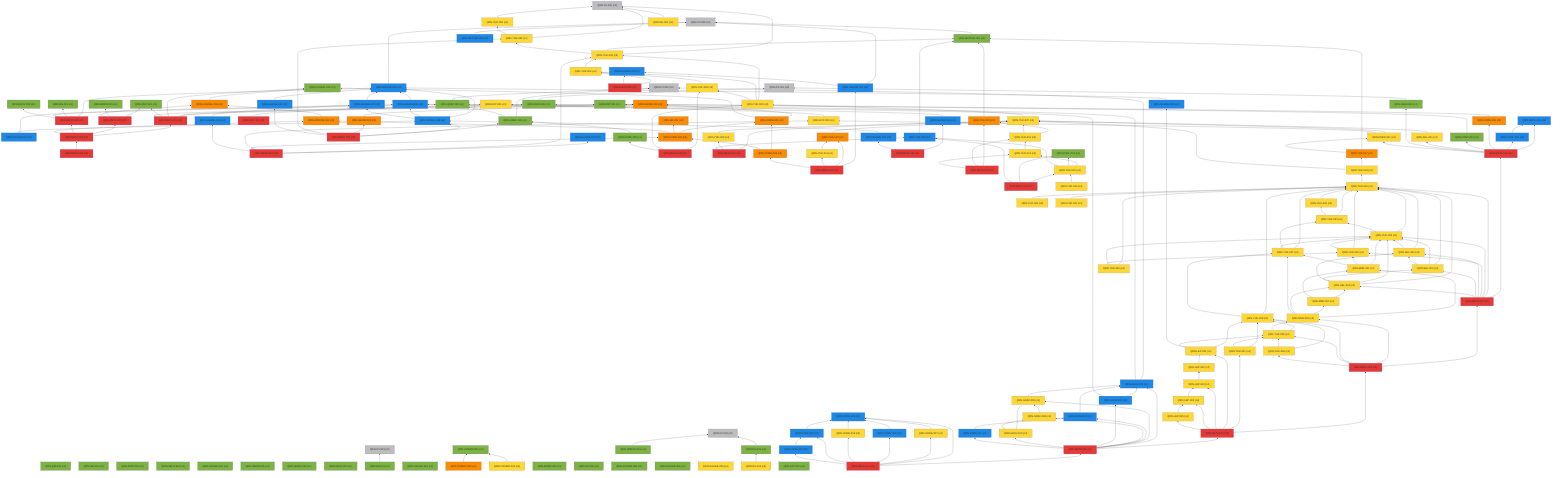
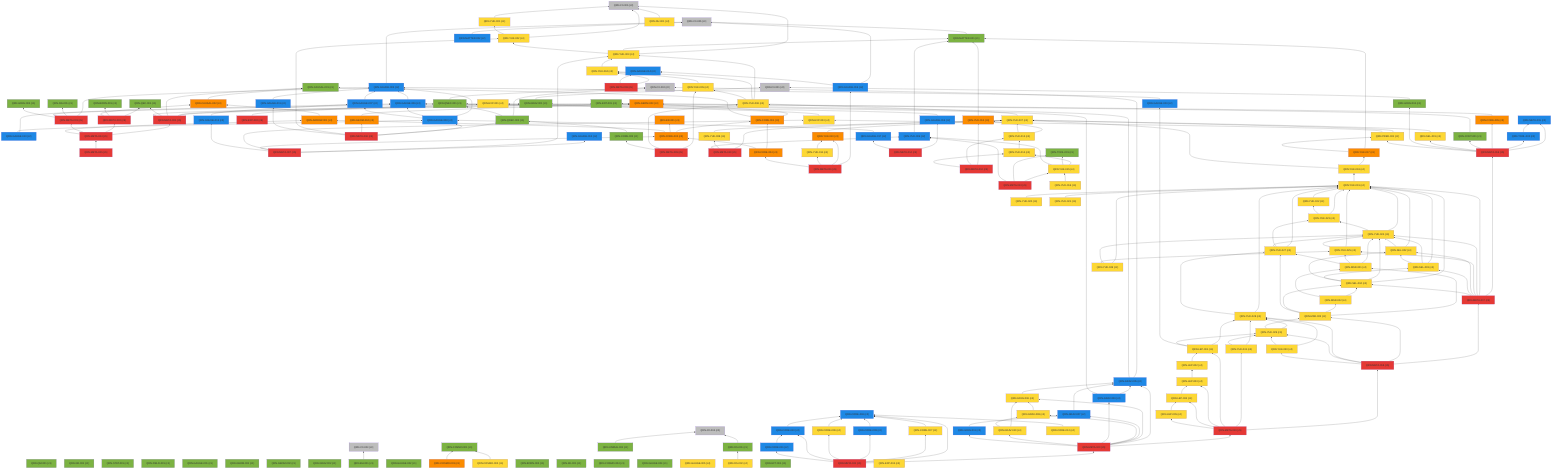
%% 自動生成 (dag/report.pl) — QRN 主張依存グラフ
graph BT
  QRN_C0_001["QRN-C0-001 (c0)"]:::c0
  QRN_C0_002["QRN-C0-002 (c0)"]:::c0
  QRN_C0_003["QRN-C0-003 (c0)"]:::c0
  QRN_C0_004["QRN-C0-004 (c0)"]:::c0
  QRN_C0_005["QRN-C0-005 (c0)"]:::c0
  QRN_C0_006["QRN-C0-006 (c0)"]:::c0
  QRN_QM_001["QRN-QM-001 (c1)"]:::c1
  QRN_GR_001["QRN-GR-001 (c1)"]:::c1
  QRN_STAT_001["QRN-STAT-001 (c1)"]:::c1
  QRN_FIELD_001["QRN-FIELD-001 (c1)"]:::c1
  QRN_GAUGE_001["QRN-GAUGE-001 (c1)"]:::c1
  QRN_ENT_001["QRN-ENT-001 (c1)"]:::c1
  QRN_GEOM_001["QRN-GEOM-001 (c1)"]:::c1
  QRN_GEOM_002["QRN-GEOM-002 (c1)"]:::c1
  QRN_GEOM_003["QRN-GEOM-003 (c3)"]:::c3
  QRN_GRAV_001["QRN-GRAV-001 (c1)"]:::c1
  QRN_GRAV_002["QRN-GRAV-002 (c1)"]:::c1
  QRN_BH_001["QRN-BH-001 (c1)"]:::c1
  QRN_CAUSAL_001["QRN-CAUSAL-001 (c1)"]:::c1
  QRN_CAUSAL_002["QRN-CAUSAL-002 (c3)"]:::c3
  QRN_ER_001["QRN-ER-001 (c3)"]:::c3
  QRN_QEC_001["QRN-QEC-001 (c1)"]:::c1
  QRN_GAUGE_002["QRN-GAUGE-002 (c1)"]:::c1
  QRN_COSMO_001["QRN-COSMO-001 (c1)"]:::c1
  QRN_COSMO_002["QRN-COSMO-002 (c4)"]:::c4
  QRN_COSMO_003["QRN-COSMO-003 (c3)"]:::c3
  QRN_BORN_001["QRN-BORN-001 (c1)"]:::c1
  QRN_BORN_002["QRN-BORN-002 (c1)"]:::c1
  QRN_GRAV_003["QRN-GRAV-003 (c1)"]:::c1
  QRN_KK_001["QRN-KK-001 (c1)"]:::c1
  QRN_MATTER_001["QRN-MATTER-001 (c1)"]:::c1
  QRN_MATTER_002["QRN-MATTER-002 (c2)"]:::c2
  QRN_COSMO_004["QRN-COSMO-004 (c1)"]:::c1
  QRN_EXP_001["QRN-EXP-001 (c4)"]:::c4
  QRN_GAUGE_003["QRN-GAUGE-003 (c2)"]:::c2
  QRN_GAUGE_004["QRN-GAUGE-004 (c1)"]:::c1
  QRN_GAUGE_005["QRN-GAUGE-005 (c4)"]:::c4
  QRN_YUK_001["QRN-YUK-001 (c4)"]:::c4
  QRN_RG_001["QRN-RG-001 (c1)"]:::c1
  QRN_UNRUH_001["QRN-UNRUH-001 (c1)"]:::c1
  QRN_QNEC_001["QRN-QNEC-001 (c1)"]:::c1
  QRN_NU_001["QRN-NU-001 (c4)"]:::c4
  QRN_GAUGE_006["QRN-GAUGE-006 (c2)"]:::c2
  QRN_DS_001["QRN-DS-001 (c1)"]:::c1
  QRN_DS_002["QRN-DS-002 (c4)"]:::c4
  QRN_ARROW_001["QRN-ARROW-001 (c3)"]:::c3
  QRN_GAUGE_007["QRN-GAUGE-007 (c2)"]:::c2
  QRN_EFT_001["QRN-EFT-001 (c1)"]:::c1
  QRN_GAUGE_008["QRN-GAUGE-008 (c2)"]:::c2
  QRN_GAUGE_009["QRN-GAUGE-009 (c2)"]:::c2
  QRN_GAUGE_010["QRN-GAUGE-010 (c2)"]:::c2
  QRN_QNEC_002["QRN-QNEC-002 (c1)"]:::c1
  QRN_GEOM_004["QRN-GEOM-004 (c3)"]:::c3
  QRN_YUK_002["QRN-YUK-002 (c4)"]:::c4
  QRN_EXP_002["QRN-EXP-002 (c5)"]:::c5
  QRN_CORE_001["QRN-CORE-001 (c3)"]:::c3
  QRN_GAUGE_011["QRN-GAUGE-011 (c2)"]:::c2
  QRN_GAUGE_012["QRN-GAUGE-012 (c2)"]:::c2
  QRN_YUK_003["QRN-YUK-003 (c4)"]:::c4
  QRN_EXP_003["QRN-EXP-003 (c4)"]:::c4
  QRN_CORE_002["QRN-CORE-002 (c3)"]:::c3
  QRN_GAUGE_013["QRN-GAUGE-013 (c2)"]:::c2
  QRN_YUK_004["QRN-YUK-004 (c4)"]:::c4
  QRN_GAUGE_014["QRN-GAUGE-014 (c2)"]:::c2
  QRN_META_001["QRN-META-001 (c5)"]:::c5
  QRN_META_002["QRN-META-002 (c5)"]:::c5
  QRN_META_003["QRN-META-003 (c5)"]:::c5
  QRN_META_004["QRN-META-004 (c5)"]:::c5
  QRN_META_005["QRN-META-005 (c5)"]:::c5
  QRN_META_006["QRN-META-006 (c5)"]:::c5
  QRN_META_007["QRN-META-007 (c5)"]:::c5
  QRN_META_008["QRN-META-008 (c5)"]:::c5
  QRN_YUK_005["QRN-YUK-005 (c4)"]:::c4
  QRN_YUK_006["QRN-YUK-006 (c4)"]:::c4
  QRN_CORE_003["QRN-CORE-003 (c1)"]:::c1
  QRN_META_009["QRN-META-009 (c5)"]:::c5
  QRN_YUK_007["QRN-YUK-007 (c4)"]:::c4
  QRN_YUK_008["QRN-YUK-008 (c4)"]:::c4
  QRN_YUK_009["QRN-YUK-009 (c2)"]:::c2
  QRN_META_010["QRN-META-010 (c5)"]:::c5
  QRN_GAUGE_015["QRN-GAUGE-015 (c2)"]:::c2
  QRN_YUK_010["QRN-YUK-010 (c3)"]:::c3
  QRN_YUK_011["QRN-YUK-011 (c4)"]:::c4
  QRN_CORE_004["QRN-CORE-004 (c3)"]:::c3
  QRN_META_011["QRN-META-011 (c5)"]:::c5
  QRN_YUK_012["QRN-YUK-012 (c3)"]:::c3
  QRN_YUK_013["QRN-YUK-013 (c4)"]:::c4
  QRN_YUK_014["QRN-YUK-014 (c4)"]:::c4
  QRN_META_012["QRN-META-012 (c5)"]:::c5
  QRN_TOOL_001["QRN-TOOL-001 (c1)"]:::c1
  QRN_YUK_015["QRN-YUK-015 (c4)"]:::c4
  QRN_META_013["QRN-META-013 (c5)"]:::c5
  QRN_GAUGE_016["QRN-GAUGE-016 (c2)"]:::c2
  QRN_GAUGE_017["QRN-GAUGE-017 (c2)"]:::c2
  QRN_META_014["QRN-META-014 (c5)"]:::c5
  QRN_META_015["QRN-META-015 (c2)"]:::c2
  QRN_TOOL_002["QRN-TOOL-002 (c2)"]:::c2
  QRN_CORE_005["QRN-CORE-005 (c3)"]:::c3
  QRN_CONT_001["QRN-CONT-001 (c1)"]:::c1
  QRN_SEL_001["QRN-SEL-001 (c4)"]:::c4
  QRN_GRAV_004["QRN-GRAV-004 (c1)"]:::c1
  QRN_PRED_001["QRN-PRED-001 (c4)"]:::c4
  QRN_META_016["QRN-META-016 (c5)"]:::c5
  QRN_YUK_016["QRN-YUK-016 (c4)"]:::c4
  QRN_YUK_017["QRN-YUK-017 (c3)"]:::c3
  QRN_YUK_018["QRN-YUK-018 (c4)"]:::c4
  QRN_YUK_019["QRN-YUK-019 (c4)"]:::c4
  QRN_YUK_020["QRN-YUK-020 (c4)"]:::c4
  QRN_YUK_021["QRN-YUK-021 (c4)"]:::c4
  QRN_YUK_022["QRN-YUK-022 (c4)"]:::c4
  QRN_YUK_023["QRN-YUK-023 (c4)"]:::c4
  QRN_YUK_024["QRN-YUK-024 (c4)"]:::c4
  QRN_YUK_025["QRN-YUK-025 (c4)"]:::c4
  QRN_SEL_002["QRN-SEL-002 (c4)"]:::c4
  QRN_SEL_003["QRN-SEL-003 (c4)"]:::c4
  QRN_SEL_004["QRN-SEL-004 (c4)"]:::c4
  QRN_META_017["QRN-META-017 (c5)"]:::c5
  QRN_YUK_026["QRN-YUK-026 (c4)"]:::c4
  QRN_YUK_027["QRN-YUK-027 (c4)"]:::c4
  QRN_MSR_001["QRN-MSR-001 (c4)"]:::c4
  QRN_MSR_002["QRN-MSR-002 (c4)"]:::c4
  QRN_MSR_003["QRN-MSR-003 (c4)"]:::c4
  QRN_YUK_028["QRN-YUK-028 (c4)"]:::c4
  QRN_YUK_029["QRN-YUK-029 (c4)"]:::c4
  QRN_YUK_030["QRN-YUK-030 (c4)"]:::c4
  QRN_META_018["QRN-META-018 (c5)"]:::c5
  QRN_YUK_031["QRN-YUK-031 (c4)"]:::c4
  QRN_LEP_001["QRN-LEP-001 (c4)"]:::c4
  QRN_LEP_002["QRN-LEP-002 (c4)"]:::c4
  QRN_LEP_003["QRN-LEP-003 (c4)"]:::c4
  QRN_LEP_004["QRN-LEP-004 (c4)"]:::c4
  QRN_LEP_005["QRN-LEP-005 (c4)"]:::c4
  QRN_META_019["QRN-META-019 (c5)"]:::c5
  QRN_GRAV_005["QRN-GRAV-005 (c2)"]:::c2
  QRN_GRAV_006["QRN-GRAV-006 (c4)"]:::c4
  QRN_GRAV_007["QRN-GRAV-007 (c2)"]:::c2
  QRN_GRAV_008["QRN-GRAV-008 (c4)"]:::c4
  QRN_GRAV_009["QRN-GRAV-009 (c2)"]:::c2
  QRN_GRAV_010["QRN-GRAV-010 (c4)"]:::c4
  QRN_GRAV_011["QRN-GRAV-011 (c2)"]:::c2
  QRN_META_020["QRN-META-020 (c5)"]:::c5
  QRN_CORE_006["QRN-CORE-006 (c2)"]:::c2
  QRN_CORE_007["QRN-CORE-007 (c4)"]:::c4
  QRN_CORE_008["QRN-CORE-008 (c2)"]:::c2
  QRN_CORE_009["QRN-CORE-009 (c4)"]:::c4
  QRN_CORE_010["QRN-CORE-010 (c2)"]:::c2
  QRN_CORE_011["QRN-CORE-011 (c2)"]:::c2
  QRN_META_021["QRN-META-021 (c5)"]:::c5
+   QRN_CORE_012["QRN-CORE-012 (c4)"]:::c4
+   QRN_EXP_004["QRN-EXP-004 (c4)"]:::c4
  QRN_GRAV_001 --> QRN_C0_001
  QRN_BH_001 --> QRN_C0_003
  QRN_CAUSAL_002 --> QRN_CAUSAL_001
  QRN_COSMO_002 --> QRN_COSMO_001
  QRN_COSMO_003 --> QRN_COSMO_001
  QRN_MATTER_001 --> QRN_C0_005
  QRN_MATTER_002 --> QRN_C0_005
  QRN_GAUGE_003 --> QRN_C0_005
  QRN_YUK_001 --> QRN_C0_006
  QRN_UNRUH_001 --> QRN_C0_004
  QRN_QNEC_001 --> QRN_C0_002
  QRN_NU_001 --> QRN_C0_006
  QRN_GAUGE_006 --> QRN_GAUGE_003
  QRN_DS_001 --> QRN_C0_004
  QRN_DS_002 --> QRN_DS_001
  QRN_ARROW_001 --> QRN_CAUSAL_002
  QRN_GAUGE_007 --> QRN_GAUGE_003
  QRN_GAUGE_008 --> QRN_GAUGE_003
  QRN_GAUGE_008 --> QRN_GAUGE_006
  QRN_GAUGE_008 --> QRN_GAUGE_007
  QRN_GAUGE_009 --> QRN_GAUGE_003
  QRN_GAUGE_010 --> QRN_GAUGE_006
  QRN_GAUGE_010 --> QRN_GAUGE_008
  QRN_QNEC_002 --> QRN_C0_002
  QRN_QNEC_002 --> QRN_QNEC_001
  QRN_GEOM_004 --> QRN_GEOM_003
  QRN_YUK_002 --> QRN_C0_006
  QRN_YUK_002 --> QRN_YUK_001
  QRN_EXP_002 --> QRN_EXP_001
  QRN_CORE_001 --> QRN_GEOM_003
  QRN_CORE_001 --> QRN_CAUSAL_001
  QRN_GAUGE_011 --> QRN_GAUGE_003
  QRN_YUK_003 --> QRN_C0_006
  QRN_YUK_003 --> QRN_MATTER_001
  QRN_YUK_003 --> QRN_YUK_002
  QRN_EXP_003 --> QRN_EXP_001
  QRN_CORE_002 --> QRN_CORE_001
  QRN_CORE_002 --> QRN_ER_001
  QRN_CORE_002 --> QRN_ARROW_001
  QRN_GAUGE_013 --> QRN_GAUGE_007
  QRN_YUK_004 --> QRN_YUK_003
  QRN_META_001 --> QRN_GEOM_003
  QRN_META_001 --> QRN_GRAV_001
  QRN_META_001 --> QRN_CAUSAL_001
  QRN_META_001 --> QRN_QEC_001
  QRN_META_001 --> QRN_ENT_001
  QRN_META_002 --> QRN_QEC_001
  QRN_META_002 --> QRN_BORN_001
  QRN_META_002 --> QRN_CAUSAL_002
  QRN_META_003 --> QRN_GAUGE_003
  QRN_META_003 --> QRN_RG_001
  QRN_META_003 --> QRN_QNEC_001
  QRN_META_003 --> QRN_GRAV_003
  QRN_META_004 --> QRN_META_001
  QRN_META_004 --> QRN_META_002
  QRN_META_004 --> QRN_META_003
  QRN_META_004 --> QRN_ARROW_001
  QRN_META_005 --> QRN_META_004
  QRN_META_006 --> QRN_GAUGE_008
  QRN_META_006 --> QRN_QNEC_002
  QRN_META_006 --> QRN_GEOM_004
  QRN_META_006 --> QRN_YUK_002
  QRN_META_006 --> QRN_GAUGE_011
  QRN_META_007 --> QRN_GAUGE_012
  QRN_META_007 --> QRN_YUK_003
  QRN_META_007 --> QRN_EXP_003
  QRN_META_007 --> QRN_CORE_002
  QRN_META_007 --> QRN_GAUGE_013
  QRN_META_008 --> QRN_YUK_004
  QRN_META_008 --> QRN_GAUGE_014
  QRN_YUK_005 --> QRN_YUK_004
  QRN_YUK_006 --> QRN_YUK_003
  QRN_YUK_006 --> QRN_YUK_004
  QRN_YUK_006 --> QRN_YUK_005
  QRN_CORE_003 --> QRN_QNEC_002
  QRN_META_009 --> QRN_YUK_005
  QRN_META_009 --> QRN_YUK_006
  QRN_META_009 --> QRN_CORE_003
  QRN_YUK_007 --> QRN_YUK_006
  QRN_YUK_008 --> QRN_YUK_007
  QRN_YUK_009 --> QRN_MATTER_001
  QRN_META_010 --> QRN_YUK_007
  QRN_META_010 --> QRN_YUK_008
  QRN_META_010 --> QRN_YUK_009
  QRN_GAUGE_015 --> QRN_C0_005
  QRN_GAUGE_015 --> QRN_GAUGE_014
  QRN_YUK_010 --> QRN_YUK_007
  QRN_YUK_011 --> QRN_YUK_010
  QRN_CORE_004 --> QRN_CORE_001
  QRN_CORE_004 --> QRN_CORE_002
  QRN_META_011 --> QRN_GAUGE_015
  QRN_META_011 --> QRN_YUK_010
  QRN_META_011 --> QRN_YUK_011
  QRN_META_011 --> QRN_CORE_004
  QRN_YUK_012 --> QRN_MATTER_001
  QRN_YUK_013 --> QRN_YUK_012
  QRN_YUK_013 --> QRN_YUK_007
  QRN_YUK_014 --> QRN_YUK_013
  QRN_META_012 --> QRN_YUK_012
  QRN_META_012 --> QRN_YUK_013
  QRN_META_012 --> QRN_YUK_014
  QRN_YUK_015 --> QRN_YUK_014
  QRN_YUK_015 --> QRN_TOOL_001
  QRN_YUK_015 --> QRN_YUK_009
  QRN_META_013 --> QRN_YUK_015
  QRN_META_013 --> QRN_TOOL_001
  QRN_META_013 --> QRN_YUK_009
  QRN_GAUGE_016 --> QRN_GAUGE_006
  QRN_GAUGE_017 --> QRN_GAUGE_008
  QRN_META_014 --> QRN_GAUGE_016
  QRN_META_014 --> QRN_GAUGE_017
  QRN_TOOL_002 --> QRN_META_015
  QRN_CORE_005 --> QRN_GEOM_003
  QRN_CONT_001 --> QRN_ENT_001
  QRN_SEL_001 --> QRN_YUK_007
  QRN_GRAV_004 --> QRN_C0_001
  QRN_PRED_001 --> QRN_YUK_007
  QRN_PRED_001 --> QRN_EXP_003
  QRN_META_016 --> QRN_META_015
  QRN_META_016 --> QRN_TOOL_002
  QRN_META_016 --> QRN_CORE_005
  QRN_META_016 --> QRN_CONT_001
  QRN_META_016 --> QRN_SEL_001
  QRN_META_016 --> QRN_GRAV_004
  QRN_META_016 --> QRN_PRED_001
  QRN_YUK_016 --> QRN_YUK_015
  QRN_YUK_017 --> QRN_MATTER_001
  QRN_YUK_017 --> QRN_PRED_001
  QRN_YUK_018 --> QRN_YUK_017
  QRN_YUK_018 --> QRN_YUK_007
  QRN_YUK_019 --> QRN_YUK_018
  QRN_YUK_020 --> QRN_YUK_019
  QRN_YUK_021 --> QRN_YUK_019
  QRN_YUK_022 --> QRN_YUK_019
  QRN_YUK_023 --> QRN_YUK_019
  QRN_YUK_023 --> QRN_YUK_022
  QRN_YUK_024 --> QRN_YUK_019
  QRN_YUK_024 --> QRN_YUK_023
  QRN_YUK_025 --> QRN_YUK_019
  QRN_YUK_025 --> QRN_YUK_024
  QRN_SEL_002 --> QRN_YUK_019
  QRN_SEL_002 --> QRN_YUK_024
  QRN_SEL_003 --> QRN_YUK_019
  QRN_SEL_003 --> QRN_YUK_024
  QRN_SEL_003 --> QRN_SEL_002
  QRN_SEL_004 --> QRN_YUK_019
  QRN_SEL_004 --> QRN_YUK_024
  QRN_SEL_004 --> QRN_SEL_002
  QRN_SEL_004 --> QRN_SEL_003
  QRN_META_017 --> QRN_META_016
  QRN_META_017 --> QRN_YUK_019
  QRN_META_017 --> QRN_YUK_024
  QRN_META_017 --> QRN_YUK_025
  QRN_META_017 --> QRN_SEL_002
  QRN_META_017 --> QRN_SEL_003
  QRN_META_017 --> QRN_SEL_004
  QRN_YUK_026 --> QRN_YUK_019
  QRN_YUK_026 --> QRN_YUK_024
  QRN_YUK_026 --> QRN_YUK_025
  QRN_YUK_027 --> QRN_YUK_019
  QRN_YUK_027 --> QRN_YUK_023
  QRN_YUK_027 --> QRN_YUK_024
  QRN_MSR_001 --> QRN_YUK_024
  QRN_MSR_001 --> QRN_YUK_025
  QRN_MSR_001 --> QRN_YUK_027
  QRN_MSR_002 --> QRN_SEL_004
  QRN_MSR_002 --> QRN_MSR_001
  QRN_MSR_003 --> QRN_MSR_001
  QRN_MSR_003 --> QRN_MSR_002
  QRN_MSR_003 --> QRN_SEL_004
  QRN_MSR_003 --> QRN_YUK_027
  QRN_YUK_028 --> QRN_YUK_019
  QRN_YUK_028 --> QRN_YUK_027
  QRN_YUK_029 --> QRN_YUK_028
  QRN_YUK_029 --> QRN_MSR_003
  QRN_YUK_030 --> QRN_YUK_028
  QRN_YUK_030 --> QRN_YUK_029
  QRN_META_018 --> QRN_META_017
  QRN_META_018 --> QRN_MSR_003
  QRN_META_018 --> QRN_YUK_028
  QRN_META_018 --> QRN_YUK_029
  QRN_META_018 --> QRN_YUK_030
  QRN_YUK_031 --> QRN_YUK_028
  QRN_YUK_031 --> QRN_YUK_029
  QRN_LEP_001 --> QRN_YUK_028
  QRN_LEP_001 --> QRN_YUK_029
  QRN_LEP_001 --> QRN_GAUGE_009
  QRN_LEP_002 --> QRN_LEP_001
  QRN_LEP_003 --> QRN_LEP_002
  QRN_LEP_004 --> QRN_LEP_003
  QRN_LEP_005 --> QRN_LEP_004
  QRN_META_019 --> QRN_META_018
  QRN_META_019 --> QRN_YUK_031
  QRN_META_019 --> QRN_LEP_001
  QRN_META_019 --> QRN_LEP_003
  QRN_META_019 --> QRN_LEP_004
  QRN_META_019 --> QRN_LEP_005
  QRN_GRAV_005 --> QRN_C0_002
  QRN_GRAV_005 --> QRN_GRAV_001
  QRN_GRAV_006 --> QRN_GRAV_005
  QRN_GRAV_007 --> QRN_GRAV_005
  QRN_GRAV_008 --> QRN_GRAV_006
  QRN_GRAV_009 --> QRN_GRAV_005
  QRN_GRAV_009 --> QRN_QNEC_001
  QRN_GRAV_010 --> QRN_GRAV_006
  QRN_GRAV_010 --> QRN_GRAV_008
  QRN_GRAV_011 --> QRN_GRAV_007
  QRN_META_020 --> QRN_META_019
  QRN_META_020 --> QRN_GRAV_005
  QRN_META_020 --> QRN_GRAV_006
  QRN_META_020 --> QRN_GRAV_007
  QRN_META_020 --> QRN_GRAV_008
  QRN_META_020 --> QRN_GRAV_009
  QRN_META_020 --> QRN_GRAV_010
  QRN_META_020 --> QRN_GRAV_011
  QRN_CORE_007 --> QRN_CORE_006
  QRN_CORE_008 --> QRN_CORE_006
  QRN_CORE_009 --> QRN_CORE_006
  QRN_CORE_010 --> QRN_CORE_006
  QRN_CORE_011 --> QRN_CORE_010
  QRN_META_021 --> QRN_META_020
  QRN_META_021 --> QRN_CORE_006
  QRN_META_021 --> QRN_CORE_007
  QRN_META_021 --> QRN_CORE_008
  QRN_META_021 --> QRN_CORE_009
  QRN_META_021 --> QRN_CORE_010
  QRN_META_021 --> QRN_CORE_011
+   QRN_CORE_012 --> QRN_CORE_006
  classDef c0 fill:#bdbdbd
  classDef c1 fill:#7cb342
  classDef c2 fill:#1e88e5
  classDef c3 fill:#fb8c00
  classDef c4 fill:#fdd835
  classDef c5 fill:#e53935
